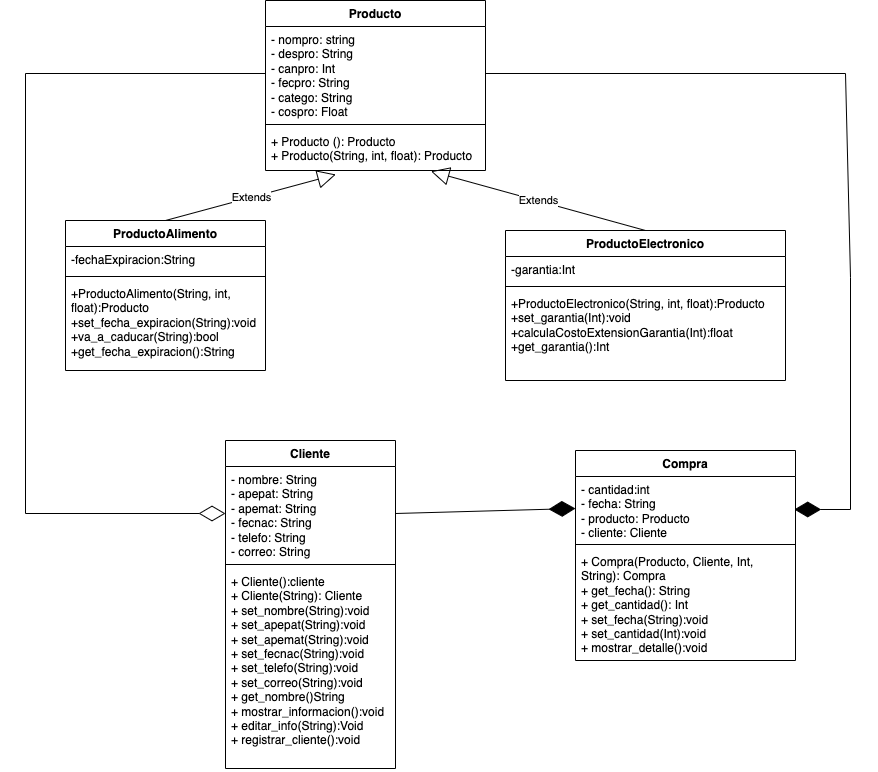
ValeMargain/proyecto-TC1033.301 keeps this draw.io diagram as EasyBuy_DiagramaClases.png. Above is the earlier version. Source tidied: cells renumbered, new cells last; positions are measured from the earlier drawing's top-left corner, leaving out a move shared by most shapes. Its diagram source:
```xml
<mxGraphModel>
  <root>
    <mxCell id="0" />
    <mxCell id="1" parent="0" />
    <mxCell id="2" value="Cliente" style="swimlane;fontStyle=1;align=center;verticalAlign=top;horizontal=1;startSize=26;whiteSpace=wrap;html=1;" parent="1" vertex="1">
      <mxGeometry x="200" y="440" width="170" height="328" as="geometry" />
    </mxCell>
    <mxCell id="3" value="- nombre: String&lt;div&gt;- apepat: String&lt;/div&gt;&lt;div&gt;- apemat: String&lt;/div&gt;&lt;div&gt;- fecnac: String&lt;/div&gt;&lt;div&gt;- telefo: String&lt;/div&gt;&lt;div&gt;- correo: String&lt;/div&gt;" style="text;strokeColor=none;fillColor=none;align=left;verticalAlign=top;spacingLeft=4;spacingRight=4;overflow=hidden;points=[[0,0.5],[1,0.5]];portConstraint=eastwest;whiteSpace=wrap;html=1;" parent="2" vertex="1">
      <mxGeometry y="26" width="170" height="94" as="geometry" />
    </mxCell>
    <mxCell id="4" style="line;strokeWidth=1;fillColor=none;align=left;verticalAlign=middle;spacingTop=-1;spacingLeft=3;spacingRight=3;labelPosition=right;strokeColor=inherit;" parent="2" vertex="1">
      <mxGeometry y="120" width="170" height="8" as="geometry" />
    </mxCell>
    <mxCell id="5" value="+ Cliente():cliente&lt;div&gt;+ Cliente(String): Cliente&lt;/div&gt;&lt;div&gt;+ set_nombre(String):void&lt;/div&gt;&lt;div&gt;+ set_apepat(String):void&lt;/div&gt;&lt;div&gt;+ set_apemat(String):void&lt;/div&gt;&lt;div&gt;+ set_fecnac(String):void&lt;/div&gt;&lt;div&gt;+ set_telefo(String):void&lt;br&gt;&lt;div&gt;+ set_correo(String):void&lt;/div&gt;&lt;/div&gt;&lt;div&gt;+ get_nombre()String&lt;/div&gt;&lt;div&gt;+ mostrar_informacion():void&lt;/div&gt;&lt;div&gt;+ editar_info(String):Void&lt;/div&gt;&lt;div&gt;+ registrar_cliente():void&lt;/div&gt;" style="text;strokeColor=none;fillColor=none;align=left;verticalAlign=top;spacingLeft=4;spacingRight=4;overflow=hidden;whiteSpace=wrap;html=1;" parent="2" vertex="1">
      <mxGeometry y="128" width="170" height="200" as="geometry" />
    </mxCell>
    <mxCell id="6" value="Producto" style="swimlane;fontStyle=1;align=center;verticalAlign=top;horizontal=1;startSize=26;whiteSpace=wrap;html=1;" parent="1" vertex="1">
      <mxGeometry x="240" width="220" height="170" as="geometry" />
    </mxCell>
    <mxCell id="7" value="- nompro: string&lt;div&gt;- despro: String&lt;/div&gt;&lt;div&gt;- canpro: Int&lt;/div&gt;&lt;div&gt;- fecpro: String&lt;/div&gt;&lt;div&gt;- catego: String&lt;/div&gt;&lt;div&gt;- cospro: Float&lt;/div&gt;" style="text;strokeColor=none;fillColor=none;align=left;verticalAlign=top;spacingLeft=4;spacingRight=4;overflow=hidden;points=[[0,0.5],[1,0.5]];portConstraint=eastwest;whiteSpace=wrap;html=1;" parent="6" vertex="1">
      <mxGeometry y="26" width="220" height="94" as="geometry" />
    </mxCell>
    <mxCell id="8" style="line;strokeWidth=1;fillColor=none;align=left;verticalAlign=middle;spacingTop=-1;spacingLeft=3;spacingRight=3;labelPosition=right;strokeColor=inherit;" parent="6" vertex="1">
      <mxGeometry y="120" width="220" height="8" as="geometry" />
    </mxCell>
    <mxCell id="9" value="+ Producto (): Producto&lt;div&gt;+ Producto(String, int, float): Producto&lt;/div&gt;" style="text;strokeColor=none;fillColor=none;align=left;verticalAlign=top;spacingLeft=4;spacingRight=4;overflow=hidden;points=[[0,0.5],[1,0.5]];portConstraint=eastwest;whiteSpace=wrap;html=1;" parent="6" vertex="1">
      <mxGeometry y="128" width="220" height="42" as="geometry" />
    </mxCell>
    <mxCell id="10" value="Compra" style="swimlane;fontStyle=1;align=center;verticalAlign=top;horizontal=1;startSize=26;whiteSpace=wrap;html=1;" parent="1" vertex="1">
      <mxGeometry x="550" y="450" width="220" height="210" as="geometry" />
    </mxCell>
    <mxCell id="11" value="- cantidad:int&lt;div&gt;- fecha: String&lt;br&gt;&lt;div&gt;- producto: Producto&lt;/div&gt;&lt;div&gt;- cliente: Cliente&lt;/div&gt;&lt;div&gt;&lt;br&gt;&lt;/div&gt;&lt;/div&gt;" style="text;strokeColor=none;fillColor=none;align=left;verticalAlign=top;spacingLeft=4;spacingRight=4;overflow=hidden;points=[[0,0.5],[1,0.5]];portConstraint=eastwest;whiteSpace=wrap;html=1;" parent="10" vertex="1">
      <mxGeometry y="26" width="220" height="64" as="geometry" />
    </mxCell>
    <mxCell id="12" style="line;strokeWidth=1;fillColor=none;align=left;verticalAlign=middle;spacingTop=-1;spacingLeft=3;spacingRight=3;labelPosition=right;strokeColor=inherit;" parent="10" vertex="1">
      <mxGeometry y="90" width="220" height="8" as="geometry" />
    </mxCell>
    <mxCell id="13" value="+ Compra(Producto, Cliente, Int, String): Compra&lt;div&gt;+ get_fecha(): String&lt;/div&gt;&lt;div&gt;+ get_cantidad(): Int&lt;/div&gt;&lt;div&gt;+ set_fecha(String):void&lt;/div&gt;&lt;div&gt;+ set_cantidad(Int):void&lt;/div&gt;&lt;div&gt;+ mostrar_detalle():void&lt;/div&gt;&lt;div&gt;&lt;br&gt;&lt;/div&gt;" style="text;strokeColor=none;fillColor=none;align=left;verticalAlign=top;spacingLeft=4;spacingRight=4;overflow=hidden;whiteSpace=wrap;html=1;" parent="10" vertex="1">
      <mxGeometry y="98" width="220" height="112" as="geometry" />
    </mxCell>
    <mxCell id="14" value="ProductoAlimento" style="swimlane;fontStyle=1;align=center;verticalAlign=top;horizontal=1;startSize=26;whiteSpace=wrap;html=1;" parent="1" vertex="1">
      <mxGeometry x="40" y="220" width="200" height="150" as="geometry" />
    </mxCell>
    <mxCell id="15" value="-fechaExpiracion:String" style="text;strokeColor=none;fillColor=none;align=left;verticalAlign=top;spacingLeft=4;spacingRight=4;overflow=hidden;whiteSpace=wrap;html=1;" parent="14" vertex="1">
      <mxGeometry y="26" width="200" height="26" as="geometry" />
    </mxCell>
    <mxCell id="16" style="line;strokeWidth=1;fillColor=none;align=left;verticalAlign=middle;spacingTop=-1;spacingLeft=3;spacingRight=3;labelPosition=right;strokeColor=inherit;" parent="14" vertex="1">
      <mxGeometry y="52" width="200" height="8" as="geometry" />
    </mxCell>
    <mxCell id="17" value="&lt;span style=&quot;text-align: center;&quot;&gt;+ProductoAlimento(String, int, float):Producto&lt;/span&gt;&lt;div&gt;&lt;span style=&quot;text-align: center;&quot;&gt;+set_fecha_expiracion(String):void&lt;/span&gt;&lt;/div&gt;&lt;div&gt;&lt;span style=&quot;text-align: center;&quot;&gt;+va_a_caducar(String):bool&lt;/span&gt;&lt;/div&gt;&lt;div&gt;&lt;span style=&quot;text-align: center;&quot;&gt;+get_&lt;/span&gt;&lt;span style=&quot;text-align: center; background-color: initial;&quot;&gt;fecha_expiracion():String&lt;/span&gt;&lt;/div&gt;" style="text;strokeColor=none;fillColor=none;align=left;verticalAlign=top;spacingLeft=4;spacingRight=4;overflow=hidden;points=[[0,0.5],[1,0.5]];portConstraint=eastwest;whiteSpace=wrap;html=1;" parent="14" vertex="1">
      <mxGeometry y="60" width="200" height="90" as="geometry" />
    </mxCell>
    <mxCell id="18" value="ProductoElectronico" style="swimlane;fontStyle=1;align=center;verticalAlign=top;horizontal=1;startSize=26;whiteSpace=wrap;html=1;" parent="1" vertex="1">
      <mxGeometry x="480" y="230" width="280" height="150" as="geometry" />
    </mxCell>
    <mxCell id="19" value="-garantia:Int" style="text;strokeColor=none;fillColor=none;align=left;verticalAlign=top;spacingLeft=4;spacingRight=4;overflow=hidden;whiteSpace=wrap;html=1;" parent="18" vertex="1">
      <mxGeometry y="26" width="280" height="26" as="geometry" />
    </mxCell>
    <mxCell id="20" style="line;strokeWidth=1;fillColor=none;align=left;verticalAlign=middle;spacingTop=-1;spacingLeft=3;spacingRight=3;labelPosition=right;strokeColor=inherit;" parent="18" vertex="1">
      <mxGeometry y="52" width="280" height="8" as="geometry" />
    </mxCell>
    <mxCell id="21" value="&lt;span style=&quot;text-align: center;&quot;&gt;+ProductoElectronico(String, int, float):Producto&lt;/span&gt;&lt;div&gt;&lt;span style=&quot;text-align: center;&quot;&gt;+set_garantia(Int):void&lt;/span&gt;&lt;/div&gt;&lt;div&gt;&lt;span style=&quot;text-align: center;&quot;&gt;+calculaCostoExtensionGarantia(Int):float&lt;/span&gt;&lt;/div&gt;&lt;div&gt;&lt;span style=&quot;text-align: center;&quot;&gt;+get_garantia&lt;/span&gt;&lt;span style=&quot;text-align: center; background-color: initial;&quot;&gt;():Int&lt;/span&gt;&lt;/div&gt;" style="text;strokeColor=none;fillColor=none;align=left;verticalAlign=top;spacingLeft=4;spacingRight=4;overflow=hidden;points=[[0,0.5],[1,0.5]];portConstraint=eastwest;whiteSpace=wrap;html=1;" parent="18" vertex="1">
      <mxGeometry y="60" width="280" height="90" as="geometry" />
    </mxCell>
    <mxCell id="22" value="Extends" style="endArrow=block;endSize=16;endFill=0;html=1;rounded=0;entryX=0.547;entryY=1.095;entryDx=0;entryDy=0;entryPerimeter=0;exitX=0.5;exitY=0;exitDx=0;exitDy=0;" parent="1" edge="1" source="14">
      <mxGeometry relative="1" as="geometry">
        <mxPoint x="310.3" y="174" as="targetPoint" />
      </mxGeometry>
    </mxCell>
    <mxCell id="23" value="Extends" style="endArrow=block;endSize=16;endFill=0;html=1;rounded=0;exitX=0.5;exitY=0;exitDx=0;exitDy=0;entryX=0.752;entryY=1.019;entryDx=0;entryDy=0;entryPerimeter=0;" parent="1" edge="1" source="18" target="9">
      <mxGeometry relative="1" as="geometry" />
    </mxCell>
    <mxCell id="24" style="endArrow=diamondThin;endFill=1;endSize=24;html=1;rounded=0;entryX=0;entryY=0.5;entryDx=0;entryDy=0;exitX=1;exitY=0.5;exitDx=0;exitDy=0;" parent="1" edge="1" source="3" target="11">
      <mxGeometry relative="1" as="geometry" />
    </mxCell>
    <mxCell id="25" style="endArrow=diamondThin;endFill=1;endSize=24;html=1;rounded=0;entryX=1.017;entryY=1.031;entryDx=0;entryDy=0;entryPerimeter=0;exitX=1;exitY=0.5;exitDx=0;exitDy=0;" parent="1" edge="1" source="7">
      <mxGeometry relative="1" as="geometry">
        <mxPoint x="768.7" y="509" as="targetPoint" />
        <Array as="points">
          <mxPoint x="820" y="73" />
          <mxPoint x="825" y="277" />
          <mxPoint x="825" y="509" />
        </Array>
      </mxGeometry>
    </mxCell>
    <mxCell id="26" style="endArrow=diamondThin;endFill=0;endSize=24;html=1;rounded=0;entryX=0;entryY=0.5;entryDx=0;entryDy=0;exitX=0;exitY=0.5;exitDx=0;exitDy=0;" parent="1" edge="1" source="7" target="3">
      <mxGeometry relative="1" as="geometry">
        <Array as="points">
          <mxPoint y="73" />
          <mxPoint y="513" />
        </Array>
      </mxGeometry>
    </mxCell>
  </root>
</mxGraphModel>
```
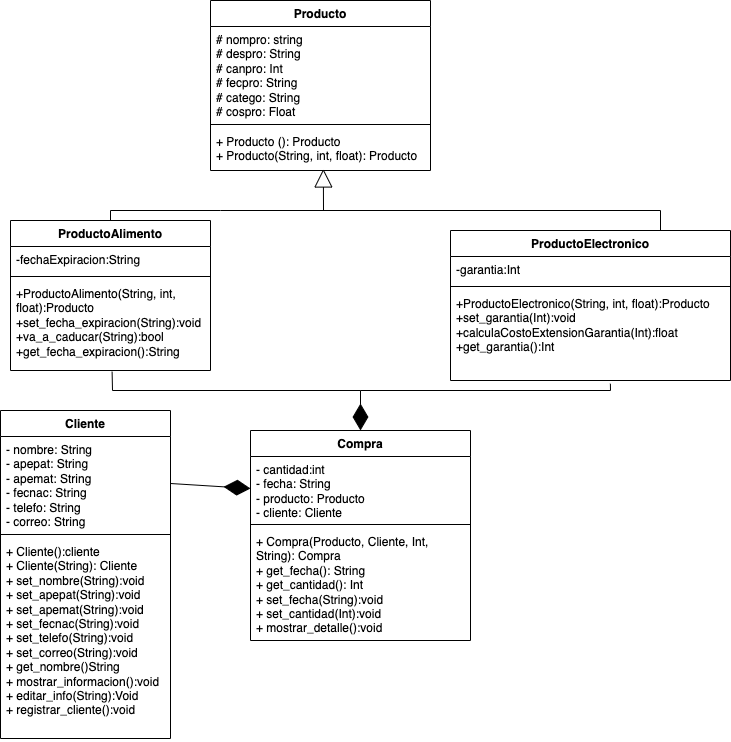
Above is the later version.

Diff of the diagram source:
```diff
@@ -3,7 +3,7 @@
     <mxCell id="0" />
     <mxCell id="1" parent="0" />
     <mxCell id="2" value="Cliente" style="swimlane;fontStyle=1;align=center;verticalAlign=top;horizontal=1;startSize=26;whiteSpace=wrap;html=1;" parent="1" vertex="1">
-      <mxGeometry x="200" y="440" width="170" height="328" as="geometry" />
+      <mxGeometry x="30" y="410" width="170" height="328" as="geometry" />
     </mxCell>
     <mxCell id="3" value="- nombre: String&lt;div&gt;- apepat: String&lt;/div&gt;&lt;div&gt;- apemat: String&lt;/div&gt;&lt;div&gt;- fecnac: String&lt;/div&gt;&lt;div&gt;- telefo: String&lt;/div&gt;&lt;div&gt;- correo: String&lt;/div&gt;" style="text;strokeColor=none;fillColor=none;align=left;verticalAlign=top;spacingLeft=4;spacingRight=4;overflow=hidden;points=[[0,0.5],[1,0.5]];portConstraint=eastwest;whiteSpace=wrap;html=1;" parent="2" vertex="1">
       <mxGeometry y="26" width="170" height="94" as="geometry" />
@@ -17,7 +17,7 @@
     <mxCell id="6" value="Producto" style="swimlane;fontStyle=1;align=center;verticalAlign=top;horizontal=1;startSize=26;whiteSpace=wrap;html=1;" parent="1" vertex="1">
       <mxGeometry x="240" width="220" height="170" as="geometry" />
     </mxCell>
-    <mxCell id="7" value="- nompro: string&lt;div&gt;- despro: String&lt;/div&gt;&lt;div&gt;- canpro: Int&lt;/div&gt;&lt;div&gt;- fecpro: String&lt;/div&gt;&lt;div&gt;- catego: String&lt;/div&gt;&lt;div&gt;- cospro: Float&lt;/div&gt;" style="text;strokeColor=none;fillColor=none;align=left;verticalAlign=top;spacingLeft=4;spacingRight=4;overflow=hidden;points=[[0,0.5],[1,0.5]];portConstraint=eastwest;whiteSpace=wrap;html=1;" parent="6" vertex="1">
+    <mxCell id="7" value="# nompro: string&lt;div&gt;# despro: String&lt;/div&gt;&lt;div&gt;# canpro: Int&lt;/div&gt;&lt;div&gt;# fecpro: String&lt;/div&gt;&lt;div&gt;# catego: String&lt;/div&gt;&lt;div&gt;# cospro: Float&lt;/div&gt;" style="text;strokeColor=none;fillColor=none;align=left;verticalAlign=top;spacingLeft=4;spacingRight=4;overflow=hidden;points=[[0,0.5],[1,0.5]];portConstraint=eastwest;whiteSpace=wrap;html=1;" parent="6" vertex="1">
       <mxGeometry y="26" width="220" height="94" as="geometry" />
     </mxCell>
     <mxCell id="8" style="line;strokeWidth=1;fillColor=none;align=left;verticalAlign=middle;spacingTop=-1;spacingLeft=3;spacingRight=3;labelPosition=right;strokeColor=inherit;" parent="6" vertex="1">
@@ -27,7 +27,7 @@
       <mxGeometry y="128" width="220" height="42" as="geometry" />
     </mxCell>
     <mxCell id="10" value="Compra" style="swimlane;fontStyle=1;align=center;verticalAlign=top;horizontal=1;startSize=26;whiteSpace=wrap;html=1;" parent="1" vertex="1">
-      <mxGeometry x="550" y="450" width="220" height="210" as="geometry" />
+      <mxGeometry x="280" y="430" width="220" height="210" as="geometry" />
     </mxCell>
     <mxCell id="11" value="- cantidad:int&lt;div&gt;- fecha: String&lt;br&gt;&lt;div&gt;- producto: Producto&lt;/div&gt;&lt;div&gt;- cliente: Cliente&lt;/div&gt;&lt;div&gt;&lt;br&gt;&lt;/div&gt;&lt;/div&gt;" style="text;strokeColor=none;fillColor=none;align=left;verticalAlign=top;spacingLeft=4;spacingRight=4;overflow=hidden;points=[[0,0.5],[1,0.5]];portConstraint=eastwest;whiteSpace=wrap;html=1;" parent="10" vertex="1">
       <mxGeometry y="26" width="220" height="64" as="geometry" />
@@ -62,34 +62,47 @@
     <mxCell id="21" value="&lt;span style=&quot;text-align: center;&quot;&gt;+ProductoElectronico(String, int, float):Producto&lt;/span&gt;&lt;div&gt;&lt;span style=&quot;text-align: center;&quot;&gt;+set_garantia(Int):void&lt;/span&gt;&lt;/div&gt;&lt;div&gt;&lt;span style=&quot;text-align: center;&quot;&gt;+calculaCostoExtensionGarantia(Int):float&lt;/span&gt;&lt;/div&gt;&lt;div&gt;&lt;span style=&quot;text-align: center;&quot;&gt;+get_garantia&lt;/span&gt;&lt;span style=&quot;text-align: center; background-color: initial;&quot;&gt;():Int&lt;/span&gt;&lt;/div&gt;" style="text;strokeColor=none;fillColor=none;align=left;verticalAlign=top;spacingLeft=4;spacingRight=4;overflow=hidden;points=[[0,0.5],[1,0.5]];portConstraint=eastwest;whiteSpace=wrap;html=1;" parent="18" vertex="1">
       <mxGeometry y="60" width="280" height="90" as="geometry" />
     </mxCell>
-    <mxCell id="22" value="Extends" style="endArrow=block;endSize=16;endFill=0;html=1;rounded=0;entryX=0.547;entryY=1.095;entryDx=0;entryDy=0;entryPerimeter=0;exitX=0.5;exitY=0;exitDx=0;exitDy=0;" parent="1" edge="1" source="14">
+    <mxCell id="22" style="endArrow=block;endSize=16;endFill=0;html=1;rounded=0;entryX=0.513;entryY=0.964;entryDx=0;entryDy=0;entryPerimeter=0;exitX=0.5;exitY=0;exitDx=0;exitDy=0;" parent="1" edge="1" source="14" target="9">
       <mxGeometry relative="1" as="geometry">
-        <mxPoint x="310.3" y="174" as="targetPoint" />
+        <Array as="points">
+          <mxPoint x="140" y="210" />
+          <mxPoint x="250" y="210" />
+          <mxPoint x="353" y="210" />
+        </Array>
       </mxGeometry>
     </mxCell>
-    <mxCell id="23" value="Extends" style="endArrow=block;endSize=16;endFill=0;html=1;rounded=0;exitX=0.5;exitY=0;exitDx=0;exitDy=0;entryX=0.752;entryY=1.019;entryDx=0;entryDy=0;entryPerimeter=0;" parent="1" edge="1" source="18" target="9">
-      <mxGeometry relative="1" as="geometry" />
-    </mxCell>
-    <mxCell id="24" style="endArrow=diamondThin;endFill=1;endSize=24;html=1;rounded=0;entryX=0;entryY=0.5;entryDx=0;entryDy=0;exitX=1;exitY=0.5;exitDx=0;exitDy=0;" parent="1" edge="1" source="3" target="11">
-      <mxGeometry relative="1" as="geometry" />
+    <mxCell id="24" style="endArrow=diamondThin;endFill=1;endSize=24;html=1;rounded=0;entryX=0.5;entryY=0;entryDx=0;entryDy=0;exitX=0.508;exitY=1.014;exitDx=0;exitDy=0;exitPerimeter=0;" parent="1" edge="1" source="17" target="10">
+      <mxGeometry relative="1" as="geometry">
+        <Array as="points">
+          <mxPoint x="142" y="390" />
+          <mxPoint x="390" y="390" />
+        </Array>
+      </mxGeometry>
     </mxCell>
-    <mxCell id="25" style="endArrow=diamondThin;endFill=1;endSize=24;html=1;rounded=0;entryX=1.017;entryY=1.031;entryDx=0;entryDy=0;entryPerimeter=0;exitX=1;exitY=0.5;exitDx=0;exitDy=0;" parent="1" edge="1" source="7">
-      <mxGeometry relative="1" as="geometry">
-        <mxPoint x="768.7" y="509" as="targetPoint" />
-        <Array as="points">
-          <mxPoint x="820" y="73" />
-          <mxPoint x="825" y="277" />
-          <mxPoint x="825" y="509" />
-        </Array>
-      </mxGeometry>
-    </mxCell>
-    <mxCell id="26" style="endArrow=diamondThin;endFill=0;endSize=24;html=1;rounded=0;entryX=0;entryY=0.5;entryDx=0;entryDy=0;exitX=0;exitY=0.5;exitDx=0;exitDy=0;" parent="1" edge="1" source="7" target="3">
-      <mxGeometry relative="1" as="geometry">
-        <Array as="points">
-          <mxPoint y="73" />
-          <mxPoint y="513" />
-        </Array>
-      </mxGeometry>
-    </mxCell>
+    <mxCell id="27" style="endArrow=none;html=1;rounded=0;fontSize=12;startSize=8;endSize=8;curved=1;" parent="1" edge="1">
+      <mxGeometry relative="1" as="geometry">
+        <mxPoint x="350" y="210" as="sourcePoint" />
+        <mxPoint x="690" y="210" as="targetPoint" />
+      </mxGeometry>
+    </mxCell>
+    <mxCell id="28" style="endArrow=none;html=1;rounded=0;fontSize=12;startSize=8;endSize=8;curved=1;exitX=0.75;exitY=0;exitDx=0;exitDy=0;" parent="1" edge="1" source="18">
+      <mxGeometry relative="1" as="geometry">
+        <mxPoint x="690" y="210" as="targetPoint" />
+      </mxGeometry>
+    </mxCell>
+    <mxCell id="29" style="endArrow=diamondThin;endFill=1;endSize=24;html=1;rounded=0;entryX=0;entryY=0.5;entryDx=0;entryDy=0;exitX=1;exitY=0.5;exitDx=0;exitDy=0;" parent="1" edge="1" source="3" target="11">
+      <mxGeometry relative="1" as="geometry" />
+    </mxCell>
+    <mxCell id="30" style="endArrow=none;html=1;rounded=0;fontSize=12;startSize=8;endSize=8;curved=1;" parent="1" edge="1">
+      <mxGeometry relative="1" as="geometry">
+        <mxPoint x="390" y="390" as="sourcePoint" />
+        <mxPoint x="640" y="390" as="targetPoint" />
+      </mxGeometry>
+    </mxCell>
+    <mxCell id="31" style="endArrow=none;html=1;rounded=0;fontSize=12;startSize=8;endSize=8;curved=1;entryX=0.571;entryY=1.036;entryDx=0;entryDy=0;entryPerimeter=0;" parent="1" edge="1" target="21">
+      <mxGeometry relative="1" as="geometry">
+        <mxPoint x="640" y="390" as="sourcePoint" />
+      </mxGeometry>
+    </mxCell>
   </root>
 </mxGraphModel>
```
